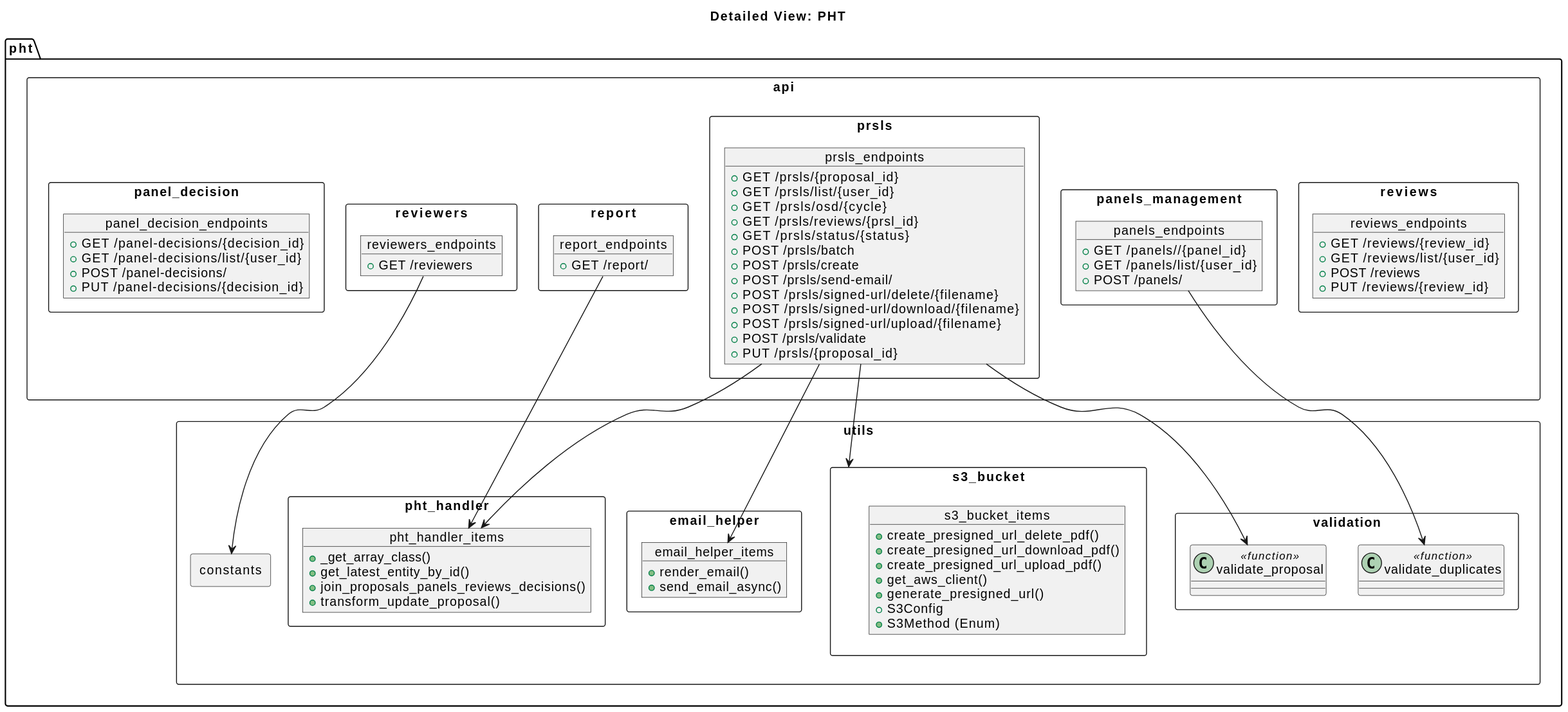
ska-telescope/ska-oso-services keeps this PlantUML diagram as docs/src/internal/diagrams/module_view_pht.svg. Above is the earlier version.
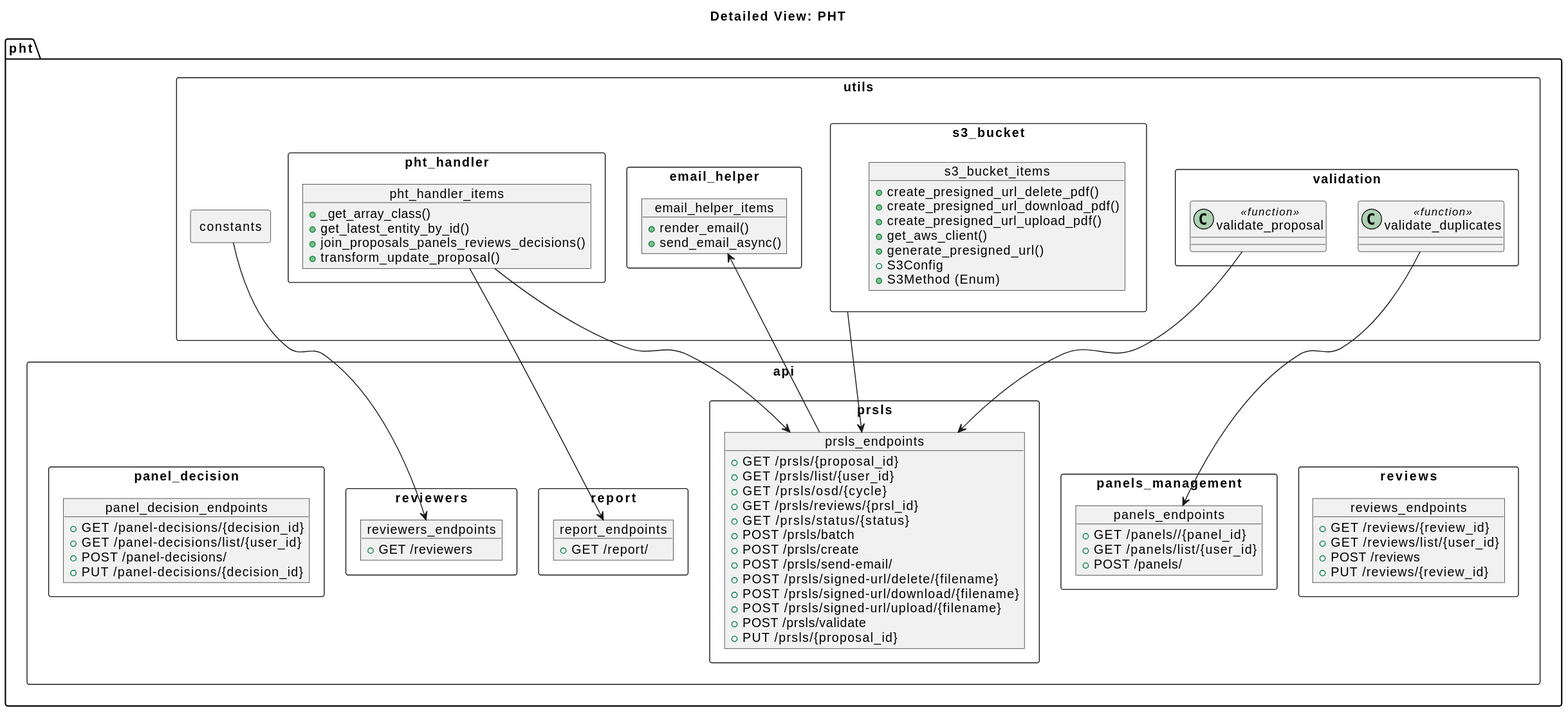
Above is the later version.

Commit message:
STAR-1524 - update pht module diagram

Change to the diagram source:
```diff
@@ -99,13 +99,13 @@
         }
     }
 
-    prsls_endpoints --> validate_proposal
-    prsls_endpoints --> s3_bucket
+    validate_proposal --> prsls_endpoints
+    s3_bucket --> prsls_endpoints
     prsls_endpoints --> email_helper_items
-    panels_endpoints --> validate_duplicates
-    prsls_endpoints --> pht_handler_items
-    report_endpoints --> pht_handler_items
-    reviewers_endpoints --> constants
+    validate_duplicates --> panels_endpoints
+    pht_handler_items --> prsls_endpoints
+    pht_handler_items --> report_endpoints
+    constants --> reviewers_endpoints
 
 
 }
```
